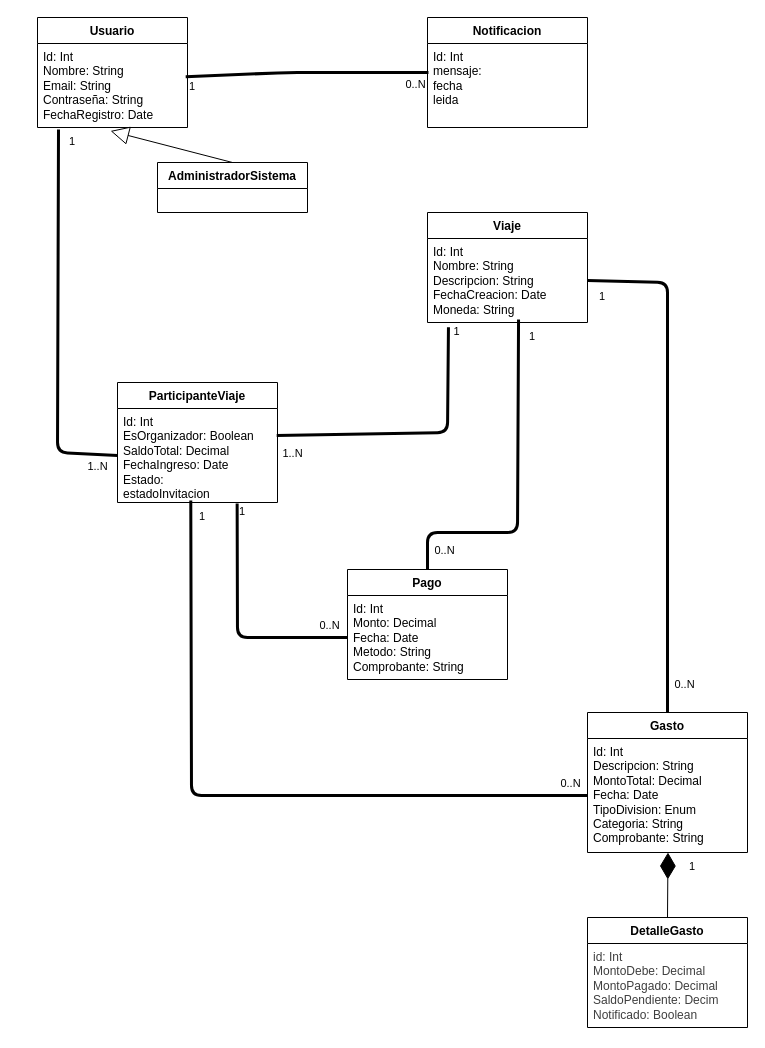
Above: page "Page-1" (1 of 2) of docs/ModeloDeDominio.drawio in TPI-Entre-Todos/Entre-Todos-API (draw.io), before the change. Source tidied: cells renumbered, new cells numbered last; positions are measured from the earlier drawing's top-left corner, leaving out a move shared by most shapes. Both pictures are drawn from the tidied source at 100%, with x=0, y=0 at pixel (37, 17).
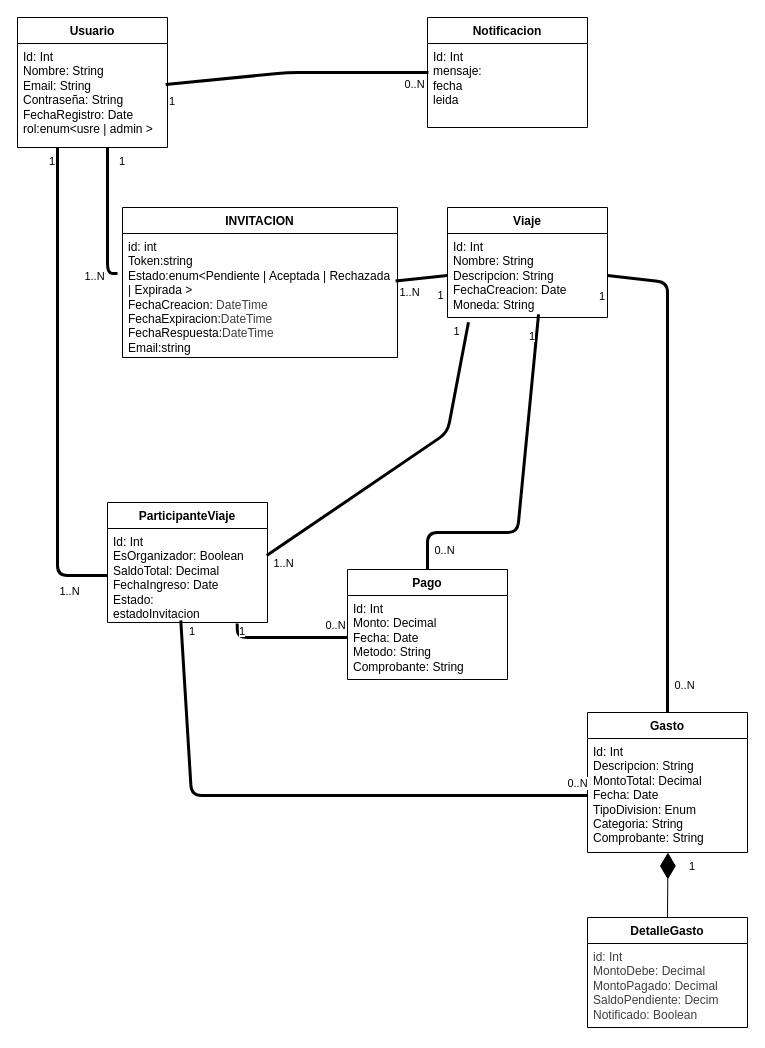
Above is the later version.

The change refers to these unchanged cells:
```xml
<mxCell id="5" value="&lt;div&gt;Id:&amp;nbsp;&lt;span style=&quot;background-color: transparent; color: light-dark(rgb(0, 0, 0), rgb(255, 255, 255));&quot;&gt;Int&lt;/span&gt;&lt;/div&gt;&lt;div&gt;&lt;span style=&quot;background-color: transparent; color: light-dark(rgb(0, 0, 0), rgb(255, 255, 255));&quot;&gt;Nombre: String&lt;/span&gt;&lt;/div&gt;&lt;div&gt;Descripcion: String&lt;/div&gt;&lt;div&gt;FechaCreacion: Date&lt;/div&gt;&lt;div&gt;&lt;span style=&quot;background-color: transparent; color: light-dark(rgb(0, 0, 0), rgb(255, 255, 255));&quot;&gt;Moneda: String&lt;/span&gt;&lt;/div&gt;" style="text;strokeColor=none;fillColor=none;align=left;verticalAlign=top;spacingLeft=4;spacingRight=4;overflow=hidden;points=[[0,0.5],[1,0.5]];portConstraint=eastwest;whiteSpace=wrap;html=1;" parent="4" vertex="1">
  <mxGeometry y="26" width="160" height="84" as="geometry" />
</mxCell>
<mxCell id="7" value="&lt;div&gt;&lt;span style=&quot;background-color: transparent; color: light-dark(rgb(0, 0, 0), rgb(255, 255, 255));&quot;&gt;Id:&amp;nbsp;&lt;/span&gt;&lt;span style=&quot;background-color: transparent; color: light-dark(rgb(0, 0, 0), rgb(255, 255, 255));&quot;&gt;Int&lt;/span&gt;&lt;/div&gt;&lt;div&gt;EsOrganizador: Boolean&lt;/div&gt;&lt;div&gt;SaldoTotal: Decimal&lt;/div&gt;&lt;div&gt;FechaIngreso: Date&lt;/div&gt;&lt;div&gt;Estado:&amp;nbsp;&lt;/div&gt;&lt;div&gt;estadoInvitacion&lt;/div&gt;" style="text;strokeColor=none;fillColor=none;align=left;verticalAlign=top;spacingLeft=4;spacingRight=4;overflow=hidden;points=[[0,0.5],[1,0.5]];portConstraint=eastwest;whiteSpace=wrap;html=1;" parent="6" vertex="1">
  <mxGeometry y="26" width="160" height="94" as="geometry" />
</mxCell>
```

The edit, as a diff of the source:
```diff
@@
     <mxCell id="2" value="Usuario" style="swimlane;fontStyle=1;align=center;verticalAlign=top;horizontal=1;startSize=26;whiteSpace=wrap;html=1;" parent="1" vertex="1">
-      <mxGeometry width="150" height="110" as="geometry" />
+      <mxGeometry x="-20" width="150" height="130" as="geometry" />
     </mxCell>
-    <mxCell id="3" value="&lt;div&gt;Id:&amp;nbsp;&lt;span style=&quot;background-color: transparent; color: light-dark(rgb(0, 0, 0), rgb(255, 255, 255));&quot;&gt;Int&lt;/span&gt;&lt;/div&gt;&lt;div&gt;Nombre: String&lt;/div&gt;&lt;div&gt;Email: String&lt;/div&gt;&lt;div&gt;Contraseña: String&lt;/div&gt;&lt;div&gt;FechaRegistro: Date&lt;/div&gt;" style="text;strokeColor=none;fillColor=none;align=left;verticalAlign=top;spacingLeft=4;spacingRight=4;overflow=hidden;points=[[0,0.5],[1,0.5]];portConstraint=eastwest;whiteSpace=wrap;html=1;" parent="2" vertex="1">
-      <mxGeometry y="26" width="150" height="84" as="geometry" />
+    <mxCell id="3" value="&lt;div&gt;Id:&amp;nbsp;&lt;span style=&quot;background-color: transparent; color: light-dark(rgb(0, 0, 0), rgb(255, 255, 255));&quot;&gt;Int&lt;/span&gt;&lt;/div&gt;&lt;div&gt;Nombre: String&lt;/div&gt;&lt;div&gt;Email: String&lt;/div&gt;&lt;div&gt;Contraseña: String&lt;/div&gt;&lt;div&gt;FechaRegistro: Date&lt;/div&gt;&lt;div&gt;rol:enum&amp;lt;usre | admin &amp;gt;&lt;/div&gt;" style="text;strokeColor=none;fillColor=none;align=left;verticalAlign=top;spacingLeft=4;spacingRight=4;overflow=hidden;points=[[0,0.5],[1,0.5]];portConstraint=eastwest;whiteSpace=wrap;html=1;" parent="2" vertex="1">
+      <mxGeometry y="26" width="150" height="104" as="geometry" />
     </mxCell>
     <mxCell id="4" value="Viaje" style="swimlane;fontStyle=1;align=center;verticalAlign=top;horizontal=1;startSize=26;whiteSpace=wrap;html=1;" parent="1" vertex="1">
-      <mxGeometry x="390" y="195" width="160" height="110" as="geometry" />
+      <mxGeometry x="410" y="190" width="160" height="110" as="geometry" />
     </mxCell>
@@
     <mxCell id="6" value="ParticipanteViaje" style="swimlane;fontStyle=1;align=center;verticalAlign=top;horizontal=1;startSize=26;whiteSpace=wrap;html=1;" parent="1" vertex="1">
-      <mxGeometry x="80" y="365" width="160" height="120" as="geometry" />
+      <mxGeometry x="70" y="485" width="160" height="120" as="geometry" />
     </mxCell>
@@
-    <mxCell id="12" value="AdministradorSistema " style="swimlane;fontStyle=1;align=center;verticalAlign=top;horizontal=1;startSize=26;whiteSpace=wrap;html=1;" parent="1" vertex="1">
-      <mxGeometry x="120" y="145" width="150" height="50" as="geometry" />
-    </mxCell>
-    <mxCell id="13" style="endArrow=block;endSize=16;endFill=0;html=1;entryX=0.487;entryY=1.041;entryDx=0;entryDy=0;entryPerimeter=0;exitX=0.5;exitY=0;exitDx=0;exitDy=0;" parent="1" edge="1" source="12" target="3">
-      <mxGeometry relative="1" as="geometry" />
-    </mxCell>
@@
-    <mxCell id="21" style="endArrow=none;startArrow=none;endFill=0;startFill=0;endSize=8;html=1;verticalAlign=bottom;labelBackgroundColor=none;strokeWidth=3;exitX=0;exitY=0.5;exitDx=0;exitDy=0;entryX=0.14;entryY=1.024;entryDx=0;entryDy=0;entryPerimeter=0;" parent="1" edge="1" source="7" target="3">
+    <mxCell id="21" style="endArrow=none;startArrow=none;endFill=0;startFill=0;endSize=8;html=1;verticalAlign=bottom;labelBackgroundColor=none;strokeWidth=3;exitX=0;exitY=0.5;exitDx=0;exitDy=0;entryX=0.25;entryY=0;entryDx=0;entryDy=0;" parent="1" edge="1" source="7" target="29">
       <mxGeometry relative="1" as="geometry">
         <Array as="points">
-          <mxPoint x="20" y="435" />
+          <mxPoint x="20" y="558" />
         </Array>
       </mxGeometry>
     </mxCell>
     <mxCell id="22" value="1..N" style="edgeLabel;html=1;align=center;verticalAlign=middle;" parent="21" vertex="1">
       <mxGeometry x="-0.89" y="-3" relative="1" as="geometry">
-        <mxPoint y="15" as="offset" />
+        <mxPoint x="-13" y="18" as="offset" />
       </mxGeometry>
     </mxCell>
@@
     <mxCell id="29" value="&lt;span style=&quot;color: rgb(0, 0, 0); font-family: Helvetica; font-size: 11px; font-style: normal; font-variant-ligatures: normal; font-variant-caps: normal; font-weight: 400; letter-spacing: normal; orphans: 2; text-align: center; text-indent: 0px; text-transform: none; widows: 2; word-spacing: 0px; -webkit-text-stroke-width: 0px; white-space: nowrap; background-color: rgb(255, 255, 255); text-decoration-thickness: initial; text-decoration-style: initial; text-decoration-color: initial; display: inline !important; float: none;&quot;&gt;1&lt;/span&gt;" style="text;whiteSpace=wrap;html=1;" parent="1" vertex="1">
-      <mxGeometry x="30" y="110" width="40" height="40" as="geometry" />
+      <mxGeometry x="10" y="130" width="40" height="20" as="geometry" />
     </mxCell>
     <mxCell id="30" value="&lt;span style=&quot;color: rgb(0, 0, 0); font-family: Helvetica; font-size: 11px; font-style: normal; font-variant-ligatures: normal; font-variant-caps: normal; font-weight: 400; letter-spacing: normal; orphans: 2; text-align: center; text-indent: 0px; text-transform: none; widows: 2; word-spacing: 0px; -webkit-text-stroke-width: 0px; white-space: nowrap; background-color: rgb(255, 255, 255); text-decoration-thickness: initial; text-decoration-style: initial; text-decoration-color: initial; display: inline !important; float: none;&quot;&gt;1&lt;/span&gt;" style="text;whiteSpace=wrap;html=1;" parent="1" vertex="1">
-      <mxGeometry x="150" y="55" width="40" height="40" as="geometry" />
+      <mxGeometry x="130" y="70" width="20" height="20" as="geometry" />
     </mxCell>
@@
     <mxCell id="33" value="&lt;span style=&quot;color: rgb(0, 0, 0); font-family: Helvetica; font-size: 11px; font-style: normal; font-variant-ligatures: normal; font-variant-caps: normal; font-weight: 400; letter-spacing: normal; orphans: 2; text-align: center; text-indent: 0px; text-transform: none; widows: 2; word-spacing: 0px; -webkit-text-stroke-width: 0px; white-space: nowrap; background-color: rgb(255, 255, 255); text-decoration-thickness: initial; text-decoration-style: initial; text-decoration-color: initial; display: inline !important; float: none;&quot;&gt;1&lt;/span&gt;" style="text;whiteSpace=wrap;html=1;" parent="1" vertex="1">
-      <mxGeometry x="160" y="485" width="40" height="40" as="geometry" />
+      <mxGeometry x="150" y="600" width="40" height="40" as="geometry" />
     </mxCell>
@@
     <mxCell id="37" value="&lt;span style=&quot;color: rgb(0, 0, 0); font-family: Helvetica; font-size: 11px; font-style: normal; font-variant-ligatures: normal; font-variant-caps: normal; font-weight: 400; letter-spacing: normal; orphans: 2; text-align: center; text-indent: 0px; text-transform: none; widows: 2; word-spacing: 0px; -webkit-text-stroke-width: 0px; white-space: nowrap; background-color: rgb(255, 255, 255); text-decoration-thickness: initial; text-decoration-style: initial; text-decoration-color: initial; display: inline !important; float: none;&quot;&gt;1&lt;/span&gt;" style="text;whiteSpace=wrap;html=1;" parent="1" vertex="1">
-      <mxGeometry x="200" y="480" width="40" height="40" as="geometry" />
+      <mxGeometry x="200" y="600" width="40" height="40" as="geometry" />
     </mxCell>
@@
+    <mxCell id="41" value="INVITACION" style="swimlane;fontStyle=1;align=center;verticalAlign=top;horizontal=1;startSize=26;whiteSpace=wrap;html=1;" parent="1" vertex="1">
+      <mxGeometry x="85" y="190" width="275" height="150" as="geometry" />
+    </mxCell>
+    <mxCell id="42" value="&lt;div&gt;id: int&lt;/div&gt;Token:string&lt;br&gt;Estado:enum&amp;lt;Pendiente | Aceptada | Rechazada | Expirada &amp;gt;&lt;br&gt;FechaCreacion:&amp;nbsp;&lt;span style=&quot;color: rgb(63, 63, 63);&quot;&gt;DateTime&lt;/span&gt;&lt;br&gt;FechaExpiracion:&lt;span style=&quot;color: rgb(63, 63, 63);&quot;&gt;DateTime&lt;/span&gt;&lt;br&gt;FechaRespuesta:&lt;span style=&quot;color: rgb(63, 63, 63);&quot;&gt;DateTime&lt;/span&gt;&lt;div&gt;&lt;font color=&quot;#000000&quot;&gt;Email:string&lt;/font&gt;&lt;/div&gt;&lt;div&gt;&lt;br&gt;&lt;/div&gt;" style="text;strokeColor=none;fillColor=none;align=left;verticalAlign=top;spacingLeft=4;spacingRight=4;overflow=hidden;points=[[0,0.5],[1,0.5]];portConstraint=eastwest;whiteSpace=wrap;html=1;" parent="41" vertex="1">
+      <mxGeometry y="26" width="275" height="124" as="geometry" />
+    </mxCell>
+    <mxCell id="43" style="endArrow=none;startArrow=none;endFill=0;startFill=0;endSize=8;html=1;verticalAlign=bottom;labelBackgroundColor=none;strokeWidth=3;entryX=0.25;entryY=0;entryDx=0;entryDy=0;" parent="1" edge="1">
+      <mxGeometry relative="1" as="geometry">
+        <mxPoint x="80" y="256" as="sourcePoint" />
+        <mxPoint x="70" y="130" as="targetPoint" />
+        <Array as="points">
+          <mxPoint x="70" y="256" />
+        </Array>
+      </mxGeometry>
+    </mxCell>
+    <mxCell id="44" value="1..N" style="edgeLabel;html=1;align=center;verticalAlign=middle;" parent="43" vertex="1">
+      <mxGeometry x="-0.89" y="-3" relative="1" as="geometry">
+        <mxPoint x="-17" y="5" as="offset" />
+      </mxGeometry>
+    </mxCell>
+    <mxCell id="45" style="endArrow=none;startArrow=none;endFill=0;startFill=0;endSize=8;html=1;verticalAlign=bottom;labelBackgroundColor=none;strokeWidth=3;exitX=0.993;exitY=0.383;exitDx=0;exitDy=0;entryX=0;entryY=0.5;entryDx=0;entryDy=0;exitPerimeter=0;" parent="1" edge="1" source="42" target="5">
+      <mxGeometry relative="1" as="geometry" />
+    </mxCell>
+    <mxCell id="46" value="1..N" style="edgeLabel;html=1;align=center;verticalAlign=middle;" parent="45" vertex="1">
+      <mxGeometry x="-0.89" y="-3" relative="1" as="geometry">
+        <mxPoint x="10" y="8" as="offset" />
+      </mxGeometry>
+    </mxCell>
+    <mxCell id="47" value="1" style="edgeLabel;html=1;align=center;verticalAlign=middle;" parent="1" vertex="1">
+      <mxGeometry x="340" y="285" as="geometry">
+        <mxPoint x="62" y="-8" as="offset" />
+      </mxGeometry>
+    </mxCell>
+    <mxCell id="48" value="&lt;span style=&quot;color: rgb(0, 0, 0); font-family: Helvetica; font-size: 11px; font-style: normal; font-variant-ligatures: normal; font-variant-caps: normal; font-weight: 400; letter-spacing: normal; orphans: 2; text-align: center; text-indent: 0px; text-transform: none; widows: 2; word-spacing: 0px; -webkit-text-stroke-width: 0px; white-space: nowrap; background-color: rgb(255, 255, 255); text-decoration-thickness: initial; text-decoration-style: initial; text-decoration-color: initial; display: inline !important; float: none;&quot;&gt;1&lt;/span&gt;" style="text;whiteSpace=wrap;html=1;" parent="1" vertex="1">
+      <mxGeometry x="80" y="130" width="30" height="40" as="geometry" />
+    </mxCell>
```
